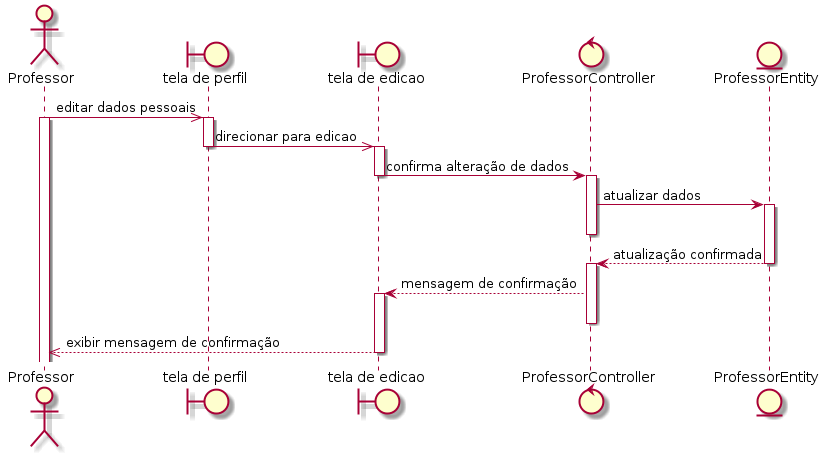
Above: out/sequence/professor/professor.edit/professor.edit.png in rodrigoRolim/CAdiagrams (PlantUML), before the change.
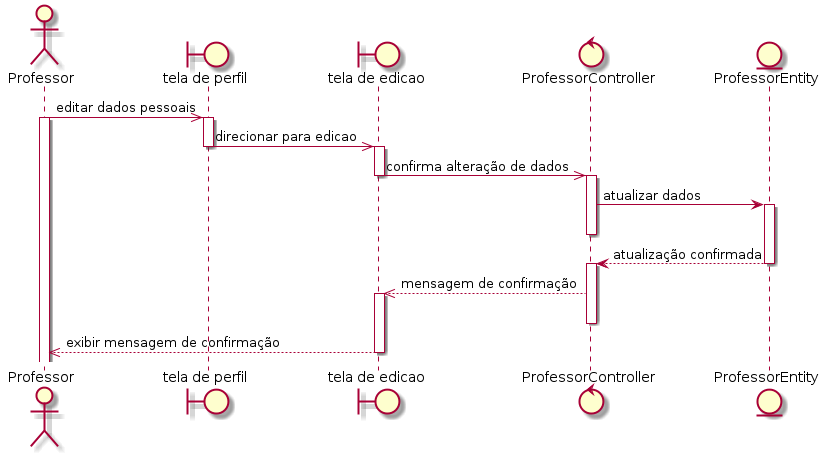
Later version of the same file.

What changed in the source:
```diff
@@ -11,7 +11,7 @@
 perfil ->> edite: direcionar para edicao
 deactivate perfil
 activate edite
-edite -> ProfessorController: confirma alteração de dados
+edite ->> ProfessorController: confirma alteração de dados
 deactivate edite
 activate ProfessorController
 ProfessorController -> ProfessorEntity: atualizar dados
@@ -20,7 +20,7 @@
 ProfessorEntity --> ProfessorController: atualização confirmada
 deactivate ProfessorEntity
 activate ProfessorController
-ProfessorController --> edite: mensagem de confirmação
+ProfessorController -->> edite: mensagem de confirmação
 activate edite
 deactivate ProfessorController
 edite -->> Professor: exibir mensagem de confirmação
```
